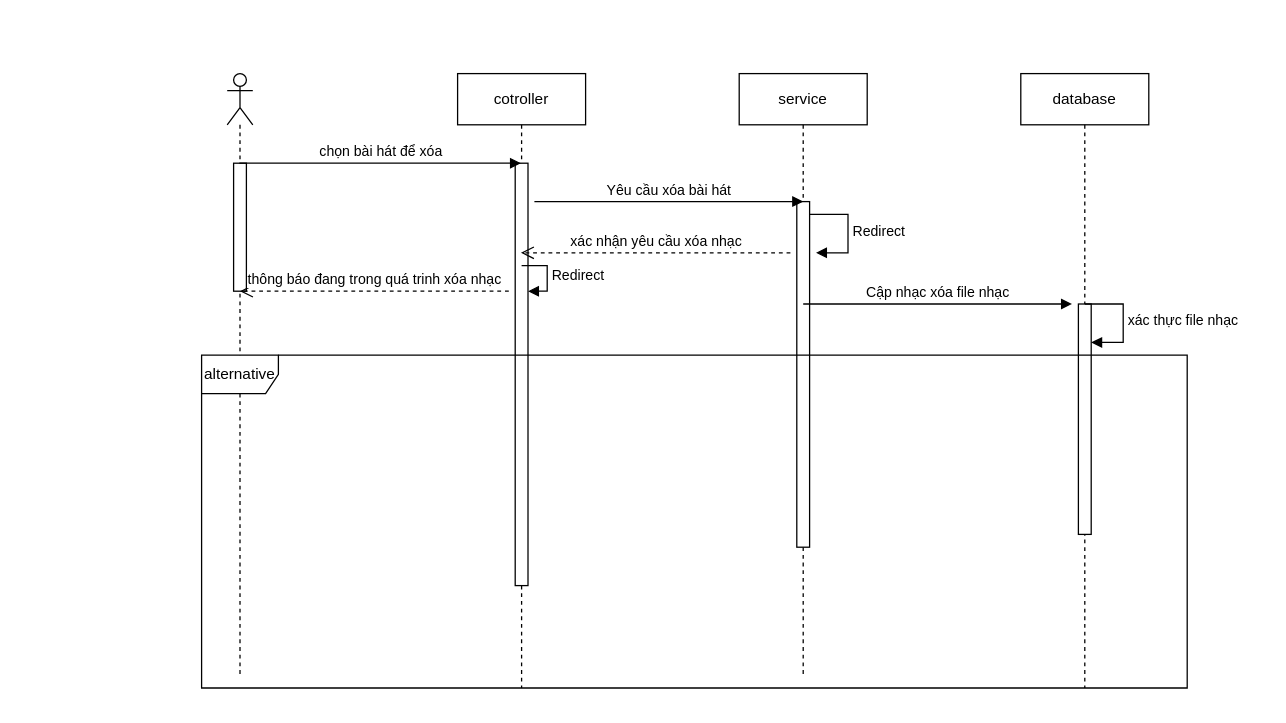
letham1612/test.ithub keeps this draw.io diagram as xóa nhạc.drawio. Above is the earlier version. Source tidied: cells renumbered, new cells numbered last; positions are measured from the earlier drawing's top-left corner, leaving out a move shared by most shapes. Both pictures are drawn from the tidied source at 128%, with x=0, y=0 at pixel (201, 73).
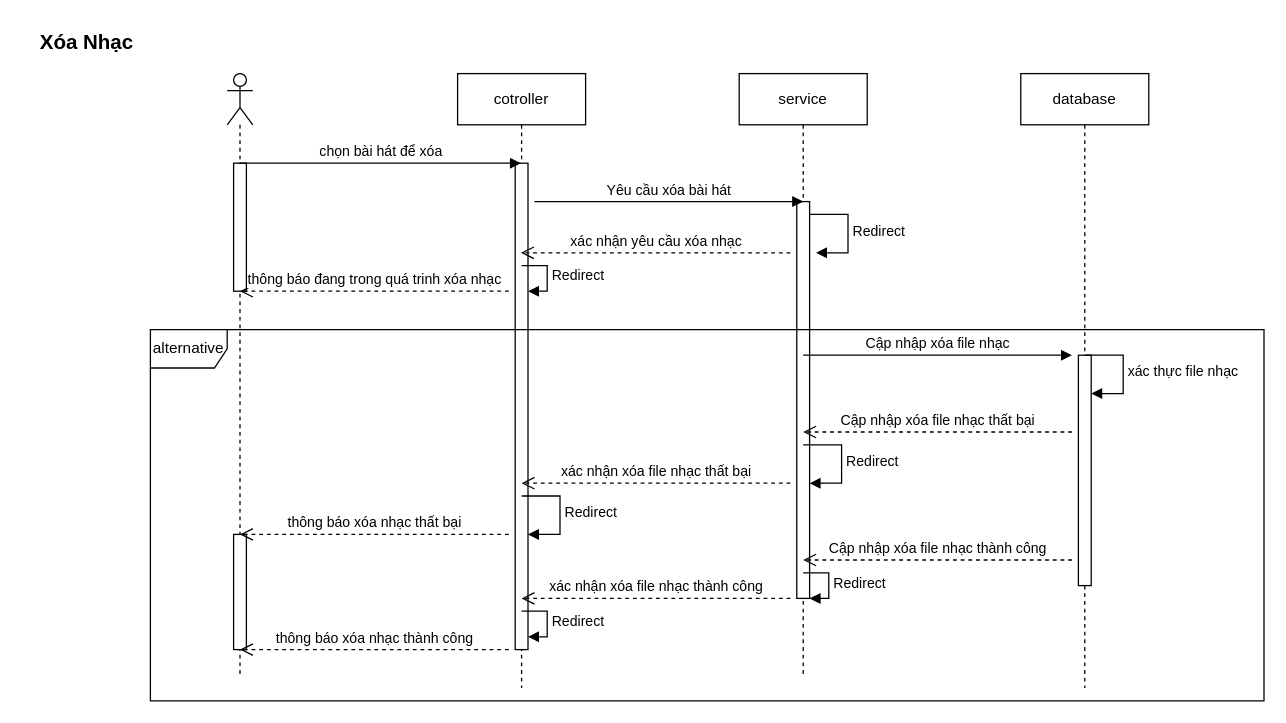
Above is the later version.

Commit message (it also covers changes not shown here):
Cập nhật xóa nhạc.drawio

Unchanged cells that the change refers to:
```xml
<mxCell id="2" style="shape=umlLifeline;perimeter=lifelinePerimeter;whiteSpace=wrap;html=1;outlineConnect=0;portConstraint=eastwest;newEdgeStyle={&quot;curved&quot;:0,&quot;rounded&quot;:0};participant=umlActor;" parent="1" vertex="1">
  <mxGeometry x="20" width="20" height="470" as="geometry" />
</mxCell>
<mxCell id="4" value="cotroller" style="shape=umlLifeline;perimeter=lifelinePerimeter;whiteSpace=wrap;html=1;outlineConnect=0;portConstraint=eastwest;newEdgeStyle={&quot;curved&quot;:0,&quot;rounded&quot;:0};" parent="1" vertex="1">
  <mxGeometry x="200" width="100" height="480" as="geometry" />
</mxCell>
<mxCell id="6" value="service" style="shape=umlLifeline;perimeter=lifelinePerimeter;whiteSpace=wrap;html=1;newEdgeStyle={&quot;curved&quot;:0,&quot;rounded&quot;:0};" parent="1" vertex="1">
  <mxGeometry x="420" width="100" height="470" as="geometry" />
</mxCell>
<mxCell id="8" value="database" style="shape=umlLifeline;perimeter=lifelinePerimeter;whiteSpace=wrap;html=1;newEdgeStyle={&quot;curved&quot;:0,&quot;rounded&quot;:0};" parent="1" vertex="1">
  <mxGeometry x="640" width="100" height="480" as="geometry" />
</mxCell>
```

Diff of the diagram source:
```diff
@@
+    <mxCell id="19" style="html=1;perimeter=orthogonalPerimeter;targetShapes=umlLifeline;newEdgeStyle={&quot;curved&quot;:0,&quot;rounded&quot;:0};" parent="2" vertex="1">
+      <mxGeometry x="5" y="360" width="10" height="90" as="geometry" />
+    </mxCell>
@@
     <mxCell id="5" style="html=1;perimeter=orthogonalPerimeter;targetShapes=umlLifeline;newEdgeStyle={&quot;curved&quot;:0,&quot;rounded&quot;:0};" parent="4" vertex="1">
-      <mxGeometry x="45" y="70" width="10" height="330" as="geometry" />
+      <mxGeometry x="45" y="70" width="10" height="380" as="geometry" />
     </mxCell>
@@
     <mxCell id="7" style="html=1;perimeter=orthogonalPerimeter;targetShapes=umlLifeline;newEdgeStyle={&quot;curved&quot;:0,&quot;rounded&quot;:0};" parent="6" vertex="1">
-      <mxGeometry x="45" y="100" width="10" height="270" as="geometry" />
+      <mxGeometry x="45" y="100" width="10" height="310" as="geometry" />
     </mxCell>
@@
     <mxCell id="9" style="html=1;perimeter=orthogonalPerimeter;targetShapes=umlLifeline;newEdgeStyle={&quot;curved&quot;:0,&quot;rounded&quot;:0};" parent="8" vertex="1">
-      <mxGeometry x="45" y="180" width="10" height="180" as="geometry" />
+      <mxGeometry x="45" y="220" width="10" height="180" as="geometry" />
     </mxCell>
@@
     <mxCell id="13" value="alternative" style="shape=umlFrame;whiteSpace=wrap;html=1;" parent="1" vertex="1">
-      <mxGeometry y="220" width="770" height="260" as="geometry" />
+      <mxGeometry x="-40" y="200" width="870" height="290" as="geometry" />
     </mxCell>
@@
-    <mxCell id="17" value="Cập nhạc xóa file nhạc" style="html=1;verticalAlign=bottom;endArrow=block;curved=0;rounded=0;" parent="1" edge="1">
+    <mxCell id="17" value="Cập nhập xóa file nhạc" style="html=1;verticalAlign=bottom;endArrow=block;curved=0;rounded=0;" parent="1" edge="1">
       <mxGeometry relative="1" as="geometry">
-        <mxPoint x="470" y="180" as="sourcePoint" />
-        <mxPoint x="680" y="180" as="targetPoint" />
+        <mxPoint x="470" y="220" as="sourcePoint" />
+        <mxPoint x="680" y="220" as="targetPoint" />
       </mxGeometry>
     </mxCell>
     <mxCell id="18" value="xác thực file nhạc" style="html=1;align=left;spacingLeft=2;endArrow=block;rounded=0;edgeStyle=orthogonalEdgeStyle;curved=0;rounded=0;" parent="1" edge="1">
       <mxGeometry relative="1" as="geometry">
-        <mxPoint x="690" y="180" as="sourcePoint" />
-        <mxPoint x="695" y="210" as="targetPoint" />
+        <mxPoint x="690" y="220" as="sourcePoint" />
+        <mxPoint x="695" y="250" as="targetPoint" />
         <Array as="points">
-          <mxPoint x="720" y="210" />
+          <mxPoint x="720" y="250" />
         </Array>
       </mxGeometry>
     </mxCell>
+    <mxCell id="20" value="Cập nhập xóa file nhạc thất bại" style="html=1;verticalAlign=bottom;endArrow=open;dashed=1;endSize=8;curved=0;rounded=0;" parent="1" edge="1">
+      <mxGeometry relative="1" as="geometry">
+        <mxPoint x="680" y="280" as="sourcePoint" />
+        <mxPoint x="470" y="280" as="targetPoint" />
+      </mxGeometry>
+    </mxCell>
+    <mxCell id="21" value="xác nhận xóa file nhạc thất bại" style="html=1;verticalAlign=bottom;endArrow=open;dashed=1;endSize=8;curved=0;rounded=0;" parent="1" edge="1">
+      <mxGeometry relative="1" as="geometry">
+        <mxPoint x="460" y="320" as="sourcePoint" />
+        <mxPoint x="250" y="320" as="targetPoint" />
+      </mxGeometry>
+    </mxCell>
+    <mxCell id="22" value="thông báo xóa nhạc thất bại" style="html=1;verticalAlign=bottom;endArrow=open;dashed=1;endSize=8;curved=0;rounded=0;" parent="1" edge="1">
+      <mxGeometry relative="1" as="geometry">
+        <mxPoint x="240" y="360" as="sourcePoint" />
+        <mxPoint x="30" y="360" as="targetPoint" />
+      </mxGeometry>
+    </mxCell>
+    <mxCell id="23" value="Redirect" style="html=1;align=left;spacingLeft=2;endArrow=block;rounded=0;edgeStyle=orthogonalEdgeStyle;curved=0;rounded=0;" parent="1" edge="1">
+      <mxGeometry relative="1" as="geometry">
+        <mxPoint x="470" y="290" as="sourcePoint" />
+        <mxPoint x="475" y="320" as="targetPoint" />
+        <Array as="points">
+          <mxPoint x="500" y="320" />
+        </Array>
+      </mxGeometry>
+    </mxCell>
+    <mxCell id="24" value="Redirect" style="html=1;align=left;spacingLeft=2;endArrow=block;rounded=0;edgeStyle=orthogonalEdgeStyle;curved=0;rounded=0;" parent="1" edge="1">
+      <mxGeometry relative="1" as="geometry">
+        <mxPoint x="250" y="330" as="sourcePoint" />
+        <mxPoint x="255" y="360" as="targetPoint" />
+        <Array as="points">
+          <mxPoint x="280" y="360" />
+        </Array>
+      </mxGeometry>
+    </mxCell>
+    <mxCell id="25" value="Cập nhập xóa file nhạc thành công" style="html=1;verticalAlign=bottom;endArrow=open;dashed=1;endSize=8;curved=0;rounded=0;" parent="1" edge="1">
+      <mxGeometry relative="1" as="geometry">
+        <mxPoint x="680" y="380" as="sourcePoint" />
+        <mxPoint x="470" y="380" as="targetPoint" />
+      </mxGeometry>
+    </mxCell>
+    <mxCell id="26" value="xác nhận xóa file nhạc thành công" style="html=1;verticalAlign=bottom;endArrow=open;dashed=1;endSize=8;curved=0;rounded=0;" parent="1" edge="1">
+      <mxGeometry relative="1" as="geometry">
+        <mxPoint x="460" y="410" as="sourcePoint" />
+        <mxPoint x="250" y="410" as="targetPoint" />
+      </mxGeometry>
+    </mxCell>
+    <mxCell id="27" value="Redirect" style="html=1;align=left;spacingLeft=2;endArrow=block;rounded=0;edgeStyle=orthogonalEdgeStyle;curved=0;rounded=0;" parent="1" edge="1">
+      <mxGeometry relative="1" as="geometry">
+        <mxPoint x="250" y="420" as="sourcePoint" />
+        <mxPoint x="255" y="440" as="targetPoint" />
+        <Array as="points">
+          <mxPoint x="270" y="420" />
+          <mxPoint x="270" y="440" />
+        </Array>
+      </mxGeometry>
+    </mxCell>
+    <mxCell id="28" value="Redirect" style="html=1;align=left;spacingLeft=2;endArrow=block;rounded=0;edgeStyle=orthogonalEdgeStyle;curved=0;rounded=0;" parent="1" edge="1">
+      <mxGeometry relative="1" as="geometry">
+        <mxPoint x="470" y="390" as="sourcePoint" />
+        <mxPoint x="475" y="410" as="targetPoint" />
+        <Array as="points">
+          <mxPoint x="490" y="390" />
+          <mxPoint x="490" y="410" />
+        </Array>
+      </mxGeometry>
+    </mxCell>
+    <mxCell id="29" value="thông báo xóa nhạc thành công" style="html=1;verticalAlign=bottom;endArrow=open;dashed=1;endSize=8;curved=0;rounded=0;" parent="1" edge="1">
+      <mxGeometry relative="1" as="geometry">
+        <mxPoint x="240" y="450" as="sourcePoint" />
+        <mxPoint x="30" y="450" as="targetPoint" />
+      </mxGeometry>
+    </mxCell>
+    <mxCell id="30" value="&lt;span style=&quot;font-size: 16px;&quot;&gt;&lt;b&gt;Xóa Nhạc&lt;/b&gt;&lt;/span&gt;" style="text;html=1;align=center;verticalAlign=middle;strokeColor=none;fillColor=none;" parent="1" vertex="1">
+      <mxGeometry x="-140" y="-40" width="100" height="30" as="geometry" />
+    </mxCell>
```
